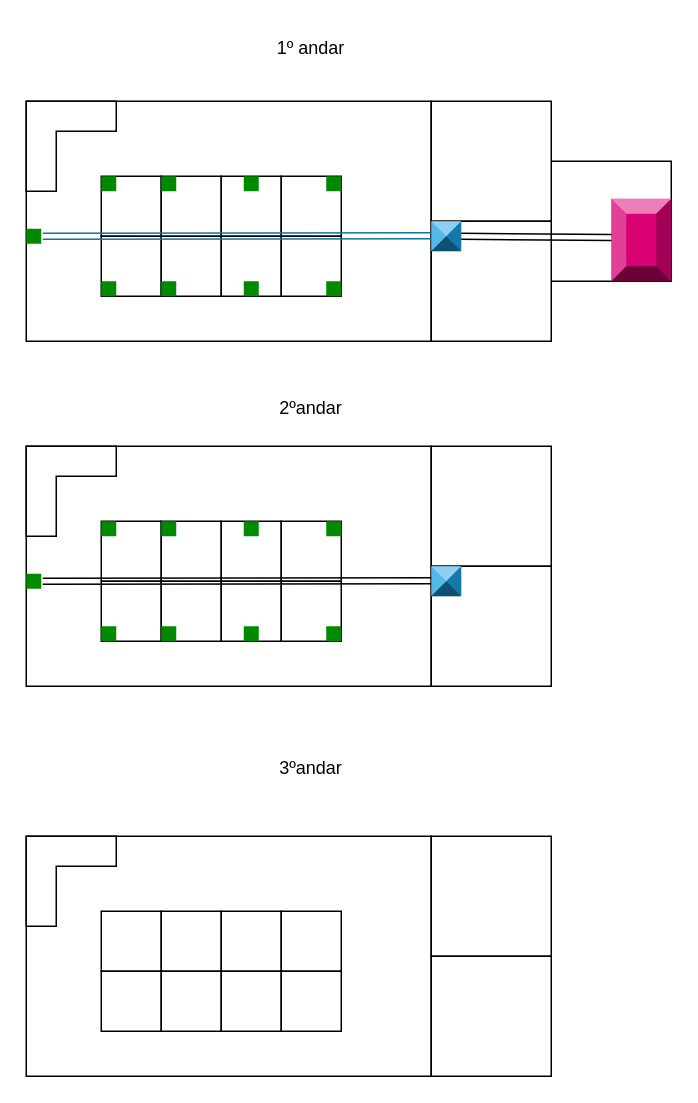
Before: shopping.drawio in BrunoTdS456123/Prog1, a draw.io diagram. Source tidied: cells renumbered, new cells numbered last; positions are measured from the earlier drawing's top-left corner, leaving out a move shared by most shapes. Both pictures are drawn from the tidied source at 150%, with x=0, y=0 at pixel (26, 26).
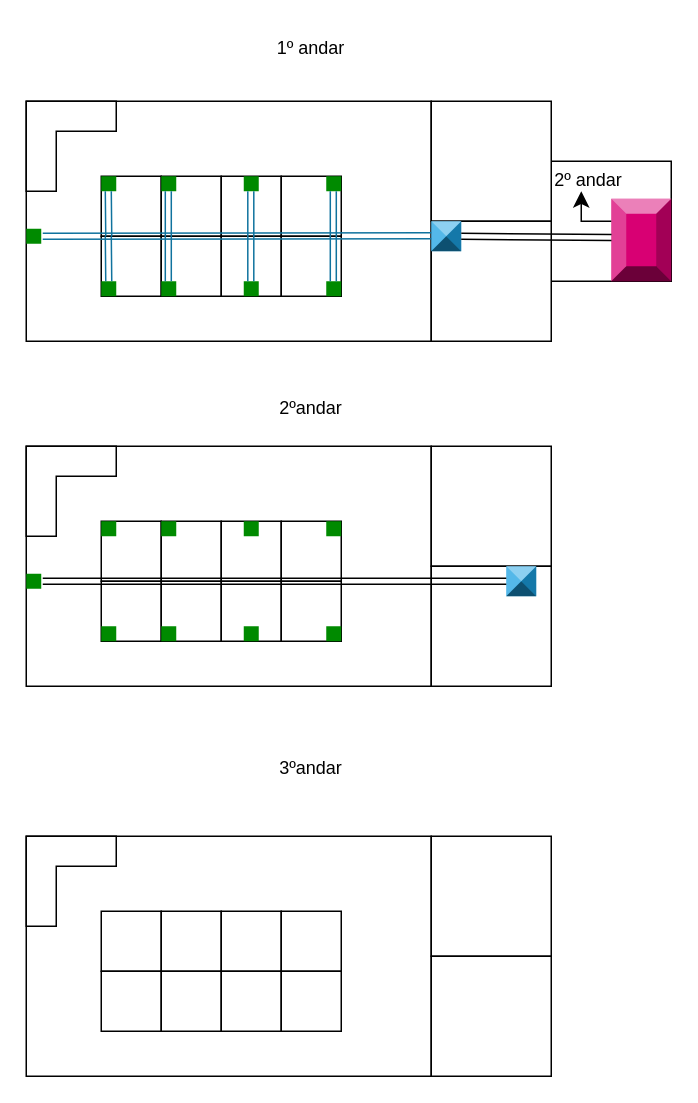
The same diagram, later.

The edit, as a diff of the source:
```diff
@@
     <mxCell id="29" value="&lt;div&gt;&lt;br&gt;&lt;/div&gt;&lt;div&gt;&lt;br&gt;&lt;/div&gt;" style="labelPosition=center;verticalLabelPosition=middle;align=center;html=1;shape=mxgraph.basic.shaded_button;dx=10;fillColor=#1ba1e2;strokeColor=#006EAF;whiteSpace=wrap;fontColor=#ffffff;" parent="1" vertex="1">
-      <mxGeometry x="270" y="360" width="20" height="20" as="geometry" />
+      <mxGeometry x="320" y="360" width="20" height="20" as="geometry" />
     </mxCell>
@@
-    <mxCell id="41" style="shape=link;html=1;rounded=0;" parent="1" edge="1">
+    <mxCell id="41" style="shape=link;html=1;rounded=0;" parent="1" edge="1" target="29">
       <mxGeometry relative="1" as="geometry">
         <mxPoint x="11" y="370" as="sourcePoint" />
-        <mxPoint x="270" y="369.7" as="targetPoint" />
       </mxGeometry>
     </mxCell>
@@
+    <mxCell id="66" style="shape=link;html=1;rounded=0;fillColor=#b1ddf0;strokeColor=#10739e;" parent="1" edge="1">
+      <mxGeometry relative="1" as="geometry">
+        <mxPoint x="55" y="170" as="sourcePoint" />
+        <mxPoint x="54.7" y="140" as="targetPoint" />
+      </mxGeometry>
+    </mxCell>
+    <mxCell id="67" style="shape=link;html=1;rounded=0;fillColor=#b1ddf0;strokeColor=#10739e;" parent="1" edge="1">
+      <mxGeometry relative="1" as="geometry">
+        <mxPoint x="55" y="140" as="sourcePoint" />
+        <mxPoint x="54.7" y="110" as="targetPoint" />
+      </mxGeometry>
+    </mxCell>
+    <mxCell id="68" style="shape=link;html=1;rounded=0;fillColor=#b1ddf0;strokeColor=#10739e;" parent="1" edge="1">
+      <mxGeometry relative="1" as="geometry">
+        <mxPoint x="94.7" y="170" as="sourcePoint" />
+        <mxPoint x="94.7" y="110" as="targetPoint" />
+      </mxGeometry>
+    </mxCell>
+    <mxCell id="69" style="shape=link;html=1;rounded=0;fillColor=#b1ddf0;strokeColor=#10739e;" parent="1" edge="1">
+      <mxGeometry relative="1" as="geometry">
+        <mxPoint x="149.7" y="170" as="sourcePoint" />
+        <mxPoint x="149.7" y="110" as="targetPoint" />
+      </mxGeometry>
+    </mxCell>
+    <mxCell id="70" style="shape=link;html=1;rounded=0;fillColor=#b1ddf0;strokeColor=#10739e;" parent="1" edge="1">
+      <mxGeometry relative="1" as="geometry">
+        <mxPoint x="204.7" y="170" as="sourcePoint" />
+        <mxPoint x="204.7" y="110" as="targetPoint" />
+      </mxGeometry>
+    </mxCell>
+    <mxCell id="71" style="edgeStyle=segmentEdgeStyle;endArrow=classic;html=1;curved=0;rounded=0;endSize=8;startSize=8;" parent="1" edge="1">
+      <mxGeometry relative="1" as="geometry">
+        <mxPoint x="390" y="130" as="sourcePoint" />
+        <mxPoint x="370" y="110" as="targetPoint" />
+        <Array as="points">
+          <mxPoint x="370" y="130" />
+        </Array>
+      </mxGeometry>
+    </mxCell>
+    <mxCell id="72" value="2º andar" style="text;html=1;align=center;verticalAlign=middle;whiteSpace=wrap;rounded=0;" parent="1" vertex="1">
+      <mxGeometry x="350" y="90" width="50" height="25" as="geometry" />
+    </mxCell>
```
